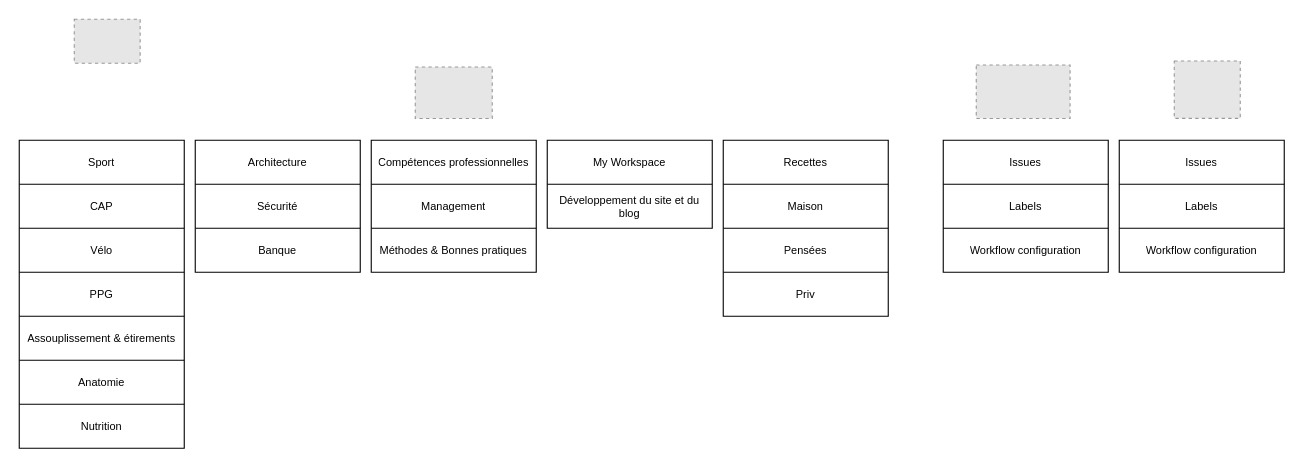
Above: MyDesktop.drawio in TheFeloDevTeam/Diagrams (draw.io), before the change. Source tidied: cells renumbered, new cells numbered last; positions are measured from the earlier drawing's top-left corner, leaving out a move shared by most shapes. Both pictures are drawn from the tidied source at 110%, with x=0, y=0 at pixel (19, 19). Pictures stored in the file or linked from it are replaced by grey dashed boxes.
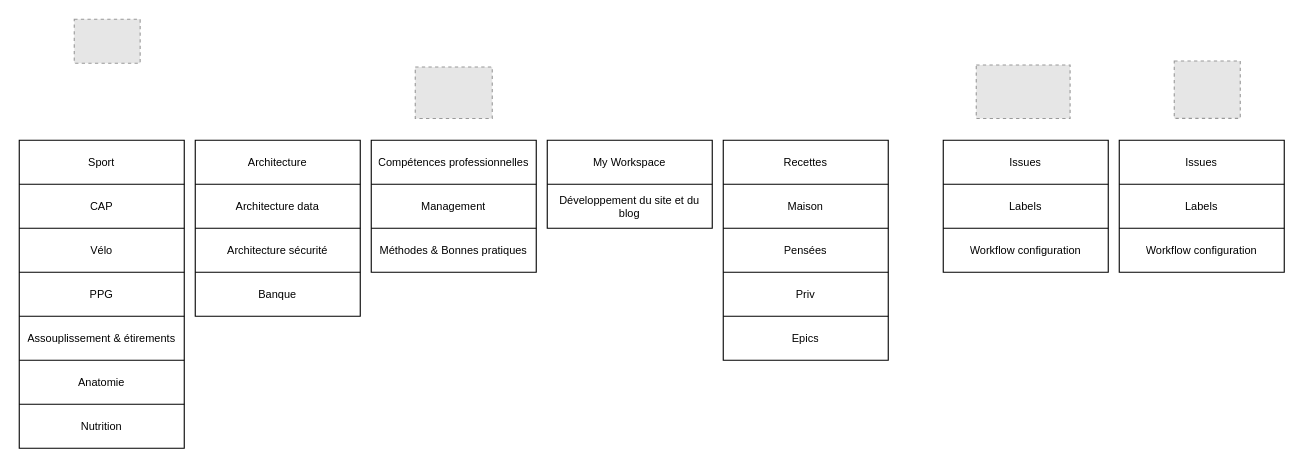
Above is the later version.

Commit message:
archi data

The edit, as a diff of the source:
```diff
@@
     <mxCell id="37" style="shape=table;html=1;whiteSpace=wrap;startSize=0;childLayout=tableLayout;spacing=4;fontSize=10;" parent="1" vertex="1">
-      <mxGeometry x="160" y="110" width="150" height="120" as="geometry" />
+      <mxGeometry x="160" y="110" width="150" height="160" as="geometry" />
     </mxCell>
@@
+    <mxCell id="65" style="shape=partialRectangle;html=1;whiteSpace=wrap;fillColor=none;top=0;left=0;bottom=0;right=0;spacing=4;fontSize=10;" parent="37" vertex="1">
+      <mxGeometry y="40" width="150" height="40" as="geometry" />
+    </mxCell>
+    <mxCell id="66" value="Architecture data" style="shape=partialRectangle;html=1;whiteSpace=wrap;fillColor=none;top=0;left=0;bottom=0;right=0;overflow=hidden;spacing=4;fontSize=10;" parent="65" vertex="1">
+      <mxGeometry width="150" height="40" as="geometry" />
+    </mxCell>
     <mxCell id="40" style="shape=partialRectangle;html=1;whiteSpace=wrap;fillColor=none;top=0;left=0;bottom=0;right=0;spacing=4;fontSize=10;" parent="37" vertex="1">
-      <mxGeometry y="40" width="150" height="40" as="geometry" />
+      <mxGeometry y="80" width="150" height="40" as="geometry" />
     </mxCell>
-    <mxCell id="41" value="Sécurité" style="shape=partialRectangle;html=1;whiteSpace=wrap;fillColor=none;top=0;left=0;bottom=0;right=0;overflow=hidden;spacing=4;fontSize=10;" parent="40" vertex="1">
+    <mxCell id="41" value="Architecture sécurité" style="shape=partialRectangle;html=1;whiteSpace=wrap;fillColor=none;top=0;left=0;bottom=0;right=0;overflow=hidden;spacing=4;fontSize=10;" parent="40" vertex="1">
       <mxGeometry width="150" height="40" as="geometry" />
     </mxCell>
     <mxCell id="42" style="shape=partialRectangle;html=1;whiteSpace=wrap;fillColor=none;top=0;left=0;bottom=0;right=0;spacing=4;fontSize=10;" parent="37" vertex="1">
-      <mxGeometry y="80" width="150" height="40" as="geometry" />
+      <mxGeometry y="120" width="150" height="40" as="geometry" />
     </mxCell>
@@
     <mxCell id="56" style="shape=table;html=1;whiteSpace=wrap;startSize=0;childLayout=tableLayout;fontSize=10;spacing=4;" parent="1" vertex="1">
-      <mxGeometry x="640" y="110" width="150" height="160" as="geometry" />
+      <mxGeometry x="640" y="110" width="150" height="200" as="geometry" />
     </mxCell>
@@
+    <mxCell id="67" style="shape=partialRectangle;html=1;whiteSpace=wrap;fillColor=none;top=0;left=0;bottom=0;right=0;fontSize=10;spacing=4;" parent="56" vertex="1">
+      <mxGeometry y="160" width="150" height="40" as="geometry" />
+    </mxCell>
+    <mxCell id="68" value="Epics" style="shape=partialRectangle;html=1;whiteSpace=wrap;fillColor=none;top=0;left=0;bottom=0;right=0;overflow=hidden;fontSize=10;spacing=4;" parent="67" vertex="1">
+      <mxGeometry width="150" height="40" as="geometry" />
+    </mxCell>
```
